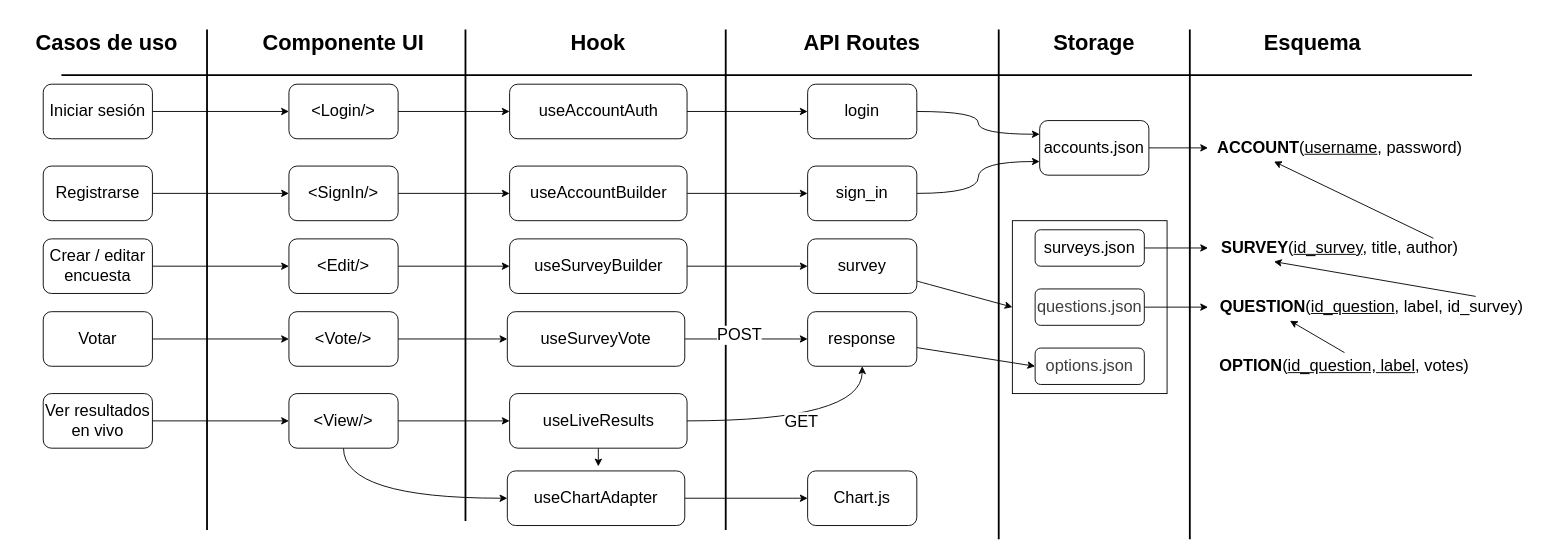
This is page "Diagrama de secuencia simplificado" (2 of 2) of clase4/ejercicio2/diagram.drawio from carluandraster/sistemas-distribuidos, a draw.io file, before an edit. Source tidied: cells renumbered, new cells numbered last; positions are measured from the earlier drawing's top-left corner, leaving out a move shared by most shapes. Both pictures are drawn from the tidied source at 91%, with x=0, y=0 at pixel (15, 29).
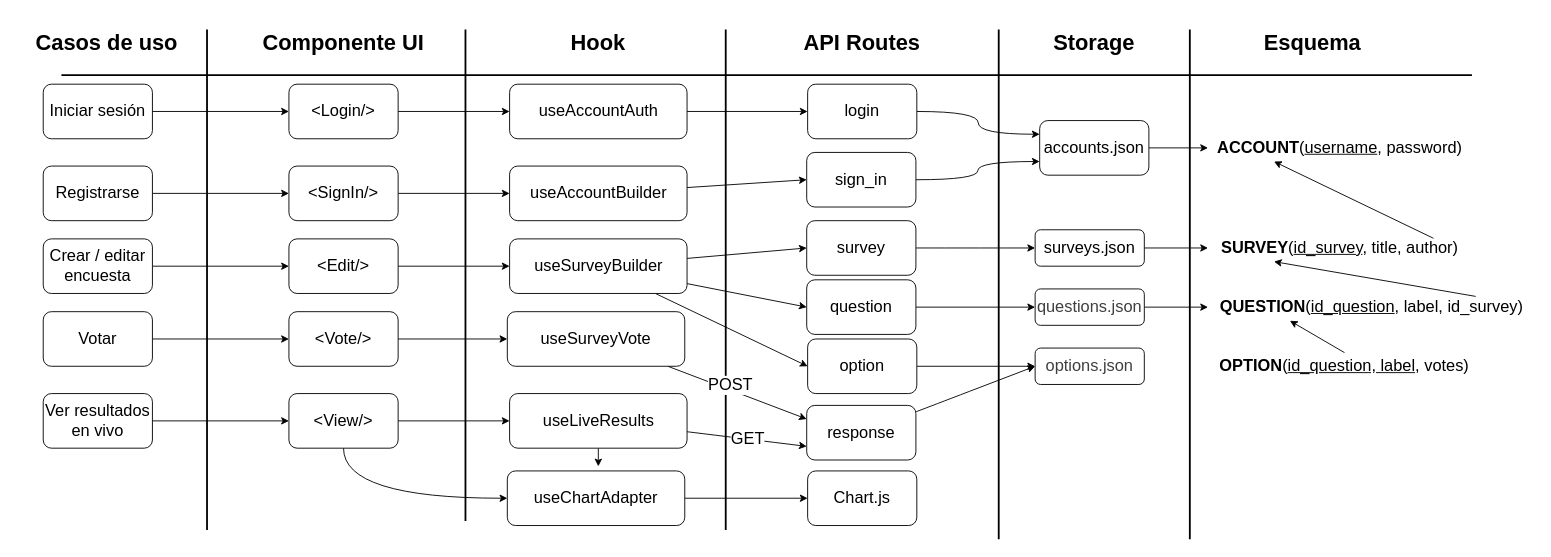
Above is the later version.

Unchanged cells that the change refers to:
```xml
<mxCell id="28" value="&lt;font style=&quot;font-size: 18px;&quot;&gt;surveys.json&lt;/font&gt;" style="rounded=1;whiteSpace=wrap;html=1;roundedPerimeter=1;" parent="1" vertex="1">
  <mxGeometry x="1120" y="220" width="120" height="40" as="geometry" />
</mxCell>
<mxCell id="46" value="&lt;font style=&quot;font-size: 18px;&quot; face=&quot;Cascadia Code&quot;&gt;useLiveResults&lt;/font&gt;" style="rounded=1;whiteSpace=wrap;html=1;roundedPerimeter=1;" parent="1" vertex="1">
  <mxGeometry x="542.5" y="400" width="195" height="60" as="geometry" />
</mxCell>
<mxCell id="48" value="&lt;font style=&quot;font-size: 18px;&quot; face=&quot;Cascadia Code&quot;&gt;useSurveyBuilder&lt;/font&gt;" style="rounded=1;whiteSpace=wrap;html=1;roundedPerimeter=1;" parent="1" vertex="1">
  <mxGeometry x="542.5" y="230" width="195" height="60" as="geometry" />
</mxCell>
<mxCell id="51" value="&lt;font style=&quot;font-size: 18px;&quot; face=&quot;Cascadia Code&quot;&gt;useSurveyVote&lt;/font&gt;" style="rounded=1;whiteSpace=wrap;html=1;roundedPerimeter=1;" parent="1" vertex="1">
  <mxGeometry x="540" y="310" width="195" height="60" as="geometry" />
</mxCell>
<mxCell id="61" value="&lt;div style=&quot;color: rgb(63, 63, 63); scrollbar-color: rgba(168, 169, 170, 0.52) rgb(18, 19, 20);&quot;&gt;&lt;font style=&quot;color: rgb(63, 63, 63); scrollbar-color: rgba(168, 169, 170, 0.52) rgb(18, 19, 20); font-size: 18px;&quot;&gt;questions.json&lt;/font&gt;&lt;/div&gt;" style="rounded=1;whiteSpace=wrap;html=1;roundedPerimeter=1;" parent="1" vertex="1">
  <mxGeometry x="1120" y="285" width="120" height="40" as="geometry" />
</mxCell>
<mxCell id="62" value="&lt;span style=&quot;color: rgb(63, 63, 63); font-size: 18px;&quot;&gt;options.json&lt;/span&gt;" style="rounded=1;whiteSpace=wrap;html=1;roundedPerimeter=1;" parent="1" vertex="1">
  <mxGeometry x="1120" y="350" width="120" height="40" as="geometry" />
</mxCell>
```

What changed in the source:
```diff
@@
-    <mxCell id="2" style="rounded=0;whiteSpace=wrap;html=1;" parent="1" vertex="1">
-      <mxGeometry x="1095" y="210" width="170" height="190" as="geometry" />
-    </mxCell>
@@
     <mxCell id="20" value="&lt;font style=&quot;font-size: 18px;&quot;&gt;sign_in&lt;/font&gt;" style="rounded=1;whiteSpace=wrap;html=1;roundedPerimeter=1;" parent="1" vertex="1">
-      <mxGeometry x="870" y="150" width="120" height="60" as="geometry" />
+      <mxGeometry x="869" y="135" width="120" height="60" as="geometry" />
     </mxCell>
-    <mxCell id="21" style="html=1;curved=1;curveGeometry=1;entryX=0;entryY=0.5;entryDx=0;entryDy=0;" parent="1" edge="1" source="22" target="2">
+    <mxCell id="21" style="html=1;curved=1;curveGeometry=1;entryX=0;entryY=0.5;entryDx=0;entryDy=0;" parent="1" edge="1" source="22" target="28">
       <mxGeometry x="-0.33" relative="1" as="geometry" />
     </mxCell>
     <mxCell id="22" value="&lt;font style=&quot;font-size: 18px;&quot;&gt;survey&lt;/font&gt;" style="rounded=1;whiteSpace=wrap;html=1;roundedPerimeter=1;" parent="1" vertex="1">
-      <mxGeometry x="870" y="230" width="120" height="60" as="geometry" />
+      <mxGeometry x="869" y="210" width="120" height="60" as="geometry" />
     </mxCell>
@@
     <mxCell id="24" value="&lt;font style=&quot;font-size: 18px;&quot;&gt;response&lt;/font&gt;" style="rounded=1;whiteSpace=wrap;html=1;roundedPerimeter=1;" parent="1" vertex="1">
-      <mxGeometry x="870" y="310" width="120" height="60" as="geometry" />
+      <mxGeometry x="869" y="413" width="120" height="60" as="geometry" />
     </mxCell>
@@
-    <mxCell id="43" style="edgeStyle=orthogonalEdgeStyle;html=1;entryX=0.5;entryY=1;entryDx=0;entryDy=0;curved=1;curveGeometry=1;" parent="1" edge="1" source="46" target="24">
+    <mxCell id="43" style="html=1;entryX=0;entryY=0.75;entryDx=0;entryDy=0;curved=1;curveGeometry=1;" parent="1" edge="1" source="46" target="24">
       <mxGeometry relative="1" as="geometry" />
     </mxCell>
@@
+    <mxCell id="74" style="edgeStyle=none;html=1;entryX=0;entryY=0.5;entryDx=0;entryDy=0;" parent="1" edge="1" source="48" target="77">
+      <mxGeometry relative="1" as="geometry" />
+    </mxCell>
+    <mxCell id="75" style="edgeStyle=none;html=1;entryX=0;entryY=0.5;entryDx=0;entryDy=0;" parent="1" edge="1" source="48" target="79">
+      <mxGeometry relative="1" as="geometry" />
+    </mxCell>
@@
-    <mxCell id="49" style="edgeStyle=none;html=1;entryX=0;entryY=0.5;entryDx=0;entryDy=0;" parent="1" edge="1" source="51" target="24">
+    <mxCell id="49" style="edgeStyle=none;html=1;entryX=0;entryY=0.25;entryDx=0;entryDy=0;" parent="1" edge="1" source="51" target="24">
       <mxGeometry relative="1" as="geometry" />
     </mxCell>
@@
+    <mxCell id="76" style="edgeStyle=none;html=1;entryX=0;entryY=0.5;entryDx=0;entryDy=0;" parent="1" edge="1" source="77" target="61">
+      <mxGeometry relative="1" as="geometry" />
+    </mxCell>
+    <mxCell id="77" value="&lt;font style=&quot;font-size: 18px;&quot;&gt;question&lt;/font&gt;" style="rounded=1;whiteSpace=wrap;html=1;roundedPerimeter=1;" parent="1" vertex="1">
+      <mxGeometry x="869" y="275" width="120" height="60" as="geometry" />
+    </mxCell>
+    <mxCell id="78" style="edgeStyle=none;html=1;entryX=0;entryY=0.5;entryDx=0;entryDy=0;" parent="1" edge="1" source="79" target="62">
+      <mxGeometry relative="1" as="geometry" />
+    </mxCell>
+    <mxCell id="79" value="&lt;font style=&quot;font-size: 18px;&quot;&gt;option&lt;/font&gt;" style="rounded=1;whiteSpace=wrap;html=1;roundedPerimeter=1;" parent="1" vertex="1">
+      <mxGeometry x="870" y="340" width="120" height="60" as="geometry" />
+    </mxCell>
```
